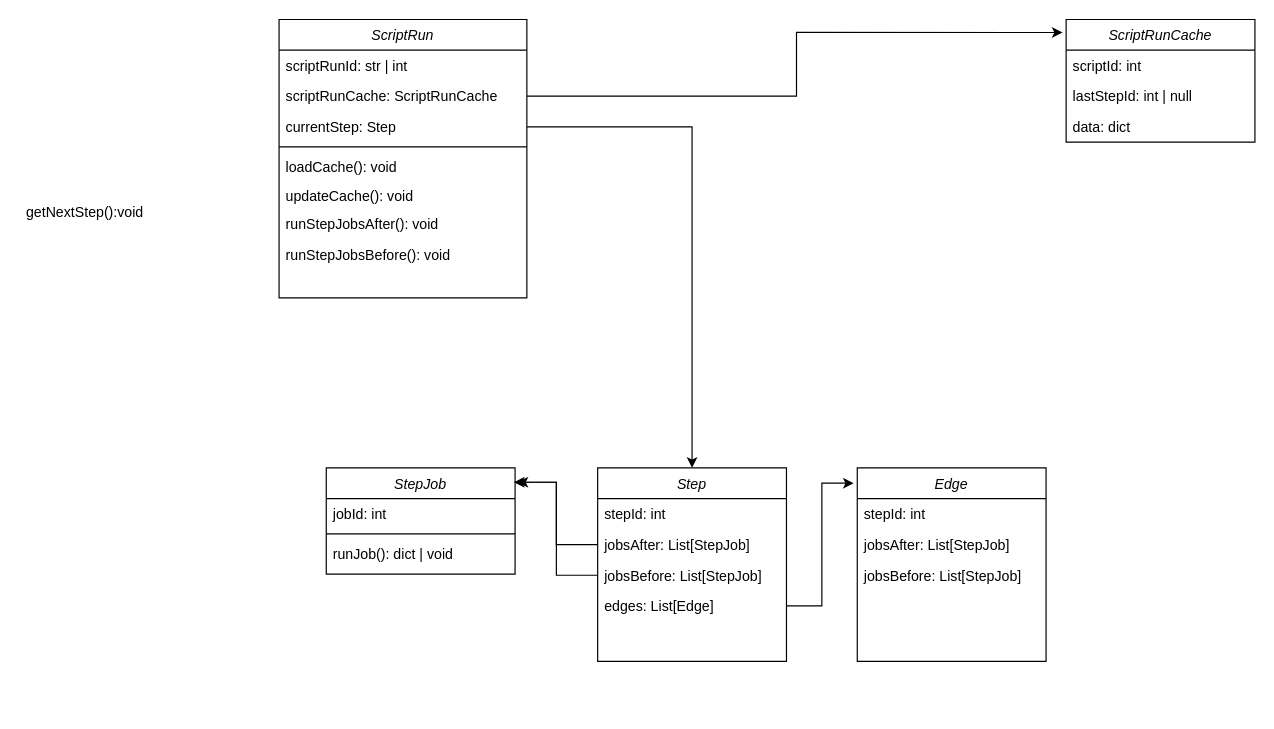
This is scripting_uml.drawio from pashorg/stuff, a draw.io file, before an edit. Source tidied: cells renumbered, new cells numbered last; positions are measured from the earlier drawing's top-left corner, leaving out a move shared by most shapes. Both pictures are drawn from the tidied source at 118%, with x=0, y=0 at pixel (19, 19).
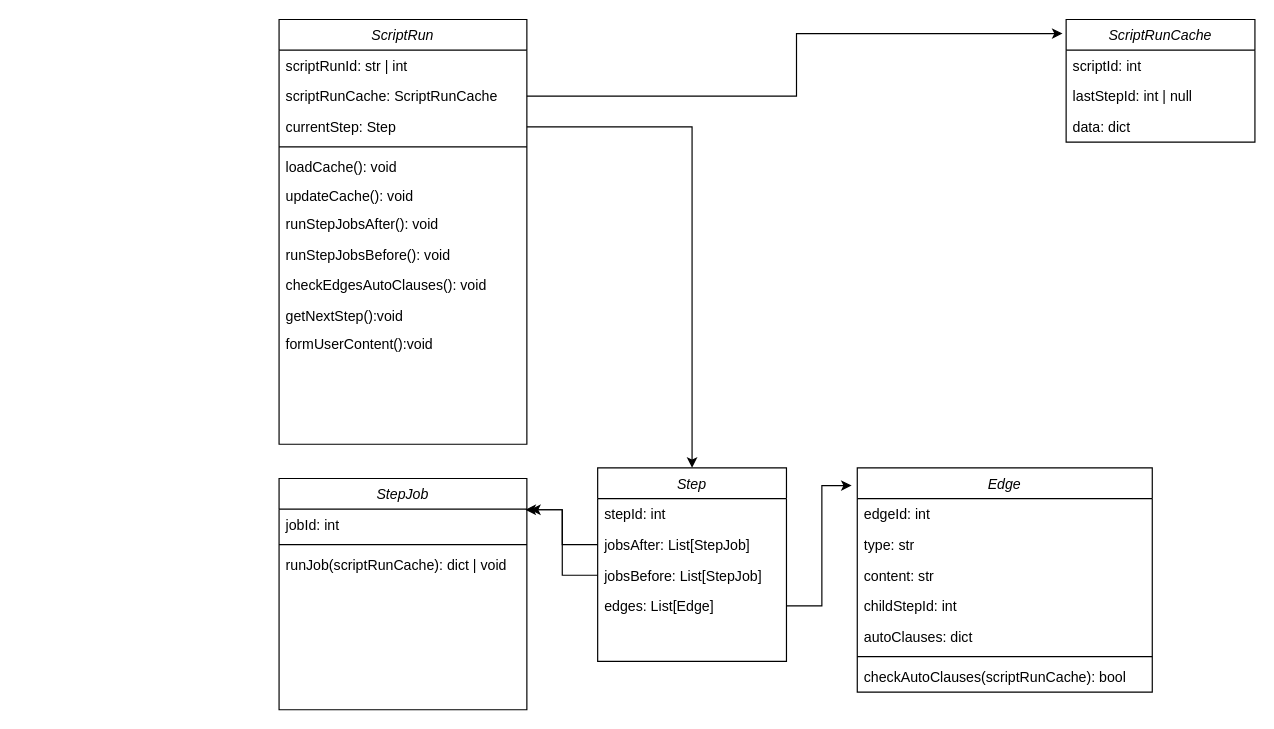
Above is the later version.

The change refers to these unchanged cells:
```xml
<mxCell id="4" value="scriptRunCache: ScriptRunCache" style="text;align=left;verticalAlign=top;spacingLeft=4;spacingRight=4;overflow=hidden;points=[[0,0.5],[1,0.5]];portConstraint=eastwest;rounded=0;shadow=0;html=0;" parent="2" vertex="1">
  <mxGeometry y="52" width="210" height="26" as="geometry" />
</mxCell>
<mxCell id="11" value="ScriptRunCache" style="swimlane;fontStyle=2;align=center;verticalAlign=top;horizontal=1;startSize=26;rounded=0;shadow=0;strokeWidth=1;" parent="1" vertex="1">
  <mxGeometry x="887" width="160" height="104" as="geometry" />
</mxCell>
```

What changed in the source:
```diff
@@
     <mxCell id="2" value="ScriptRun" style="swimlane;fontStyle=2;align=center;verticalAlign=top;horizontal=1;startSize=26;rounded=0;shadow=0;strokeWidth=1;" parent="1" vertex="1">
-      <mxGeometry x="220" width="210" height="236" as="geometry" />
+      <mxGeometry x="220" width="210" height="360" as="geometry" />
     </mxCell>
@@
+    <mxCell id="34" value="checkEdgesAutoClauses(): void" style="text;align=left;verticalAlign=top;spacingLeft=4;spacingRight=4;overflow=hidden;rounded=0;shadow=0;html=0;" parent="2" vertex="1">
+      <mxGeometry y="212" width="210" height="26" as="geometry" />
+    </mxCell>
+    <mxCell id="33" value="getNextStep():void" style="text;align=left;verticalAlign=top;spacingLeft=4;spacingRight=4;overflow=hidden;" parent="2" vertex="1">
+      <mxGeometry y="238" width="210" height="24" as="geometry" />
+    </mxCell>
+    <mxCell id="35" value="formUserContent():void" style="text;align=left;verticalAlign=top;spacingLeft=4;spacingRight=4;overflow=hidden;" parent="2" vertex="1">
+      <mxGeometry y="262" width="210" height="24" as="geometry" />
+    </mxCell>
@@
-    <mxCell id="15" style="edgeStyle=orthogonalEdgeStyle;rounded=0;jettySize=auto;html=1;exitX=1;exitY=0.5;exitDx=0;exitDy=0;entryX=-0.019;entryY=0.106;entryDx=0;entryDy=0;entryPerimeter=0;" parent="1" edge="1" source="4" target="11">
+    <mxCell id="15" style="edgeStyle=orthogonalEdgeStyle;rounded=0;jettySize=auto;html=1;exitX=1;exitY=0.5;exitDx=0;exitDy=0;entryX=-0.019;entryY=0.115;entryDx=0;entryDy=0;entryPerimeter=0;" parent="1" edge="1" source="4" target="11">
       <mxGeometry relative="1" as="geometry" />
     </mxCell>
@@
     <mxCell id="22" value="StepJob" style="swimlane;fontStyle=2;align=center;verticalAlign=top;horizontal=1;startSize=26;rounded=0;shadow=0;strokeWidth=1;" parent="1" vertex="1">
-      <mxGeometry x="260" y="380" width="160" height="90" as="geometry" />
+      <mxGeometry x="220" y="389" width="210" height="196" as="geometry" />
     </mxCell>
     <mxCell id="23" value="jobId: int" style="text;align=left;verticalAlign=top;spacingLeft=4;spacingRight=4;overflow=hidden;rounded=0;shadow=0;html=0;" parent="22" vertex="1">
-      <mxGeometry y="26" width="160" height="26" as="geometry" />
+      <mxGeometry y="26" width="210" height="26" as="geometry" />
     </mxCell>
     <mxCell id="24" style="line;html=1;strokeWidth=1;align=left;verticalAlign=middle;spacingTop=-1;spacingLeft=3;spacingRight=3;labelPosition=right;" parent="22" vertex="1">
-      <mxGeometry y="52" width="160" height="8" as="geometry" />
+      <mxGeometry y="52" width="210" height="8" as="geometry" />
     </mxCell>
-    <mxCell id="25" value="runJob(): dict | void" style="text;align=left;verticalAlign=top;spacingLeft=4;spacingRight=4;overflow=hidden;rounded=0;shadow=0;html=0;" parent="22" vertex="1">
-      <mxGeometry y="60" width="160" height="26" as="geometry" />
+    <mxCell id="25" value="runJob(scriptRunCache): dict | void" style="text;align=left;verticalAlign=top;spacingLeft=4;spacingRight=4;overflow=hidden;rounded=0;shadow=0;html=0;" parent="22" vertex="1">
+      <mxGeometry y="60" width="210" height="110" as="geometry" />
     </mxCell>
@@
     <mxCell id="28" value="Edge" style="swimlane;fontStyle=2;align=center;verticalAlign=top;horizontal=1;startSize=26;rounded=0;shadow=0;strokeWidth=1;" parent="1" vertex="1">
-      <mxGeometry x="710" y="380" width="160" height="164" as="geometry" />
+      <mxGeometry x="710" y="380" width="250" height="190" as="geometry" />
     </mxCell>
-    <mxCell id="29" value="stepId: int" style="text;align=left;verticalAlign=top;spacingLeft=4;spacingRight=4;overflow=hidden;rounded=0;shadow=0;html=0;" parent="28" vertex="1">
-      <mxGeometry y="26" width="160" height="26" as="geometry" />
+    <mxCell id="29" value="edgeId: int" style="text;align=left;verticalAlign=top;spacingLeft=4;spacingRight=4;overflow=hidden;rounded=0;shadow=0;html=0;" parent="28" vertex="1">
+      <mxGeometry y="26" width="250" height="26" as="geometry" />
     </mxCell>
-    <mxCell id="30" value="jobsAfter: List[StepJob]" style="text;align=left;verticalAlign=top;spacingLeft=4;spacingRight=4;overflow=hidden;rounded=0;shadow=0;html=0;" parent="28" vertex="1">
-      <mxGeometry y="52" width="160" height="26" as="geometry" />
-    </mxCell>
-    <mxCell id="31" value="jobsBefore: List[StepJob]" style="text;align=left;verticalAlign=top;spacingLeft=4;spacingRight=4;overflow=hidden;rounded=0;shadow=0;html=0;" parent="28" vertex="1">
-      <mxGeometry y="78" width="160" height="26" as="geometry" />
-    </mxCell>
+    <mxCell id="36" value="type: str" style="text;align=left;verticalAlign=top;spacingLeft=4;spacingRight=4;overflow=hidden;rounded=0;shadow=0;html=0;" parent="28" vertex="1">
+      <mxGeometry y="52" width="250" height="26" as="geometry" />
+    </mxCell>
+    <mxCell id="37" value="content: str" style="text;align=left;verticalAlign=top;spacingLeft=4;spacingRight=4;overflow=hidden;rounded=0;shadow=0;html=0;" parent="28" vertex="1">
+      <mxGeometry y="78" width="250" height="26" as="geometry" />
+    </mxCell>
+    <mxCell id="38" value="childStepId: int" style="text;align=left;verticalAlign=top;spacingLeft=4;spacingRight=4;overflow=hidden;rounded=0;shadow=0;html=0;" parent="28" vertex="1">
+      <mxGeometry y="104" width="250" height="26" as="geometry" />
+    </mxCell>
+    <mxCell id="39" value="autoClauses: dict" style="text;align=left;verticalAlign=top;spacingLeft=4;spacingRight=4;overflow=hidden;rounded=0;shadow=0;html=0;" parent="28" vertex="1">
+      <mxGeometry y="130" width="250" height="26" as="geometry" />
+    </mxCell>
+    <mxCell id="40" style="line;html=1;strokeWidth=1;align=left;verticalAlign=middle;spacingTop=-1;spacingLeft=3;spacingRight=3;labelPosition=right;" parent="28" vertex="1">
+      <mxGeometry y="156" width="250" height="8" as="geometry" />
+    </mxCell>
+    <mxCell id="41" value="checkAutoClauses(scriptRunCache): bool" style="text;align=left;verticalAlign=top;spacingLeft=4;spacingRight=4;overflow=hidden;rounded=0;shadow=0;html=0;" parent="28" vertex="1">
+      <mxGeometry y="164" width="250" height="26" as="geometry" />
+    </mxCell>
@@
-    <mxCell id="33" value="getNextStep():void" style="text;align=left;verticalAlign=top;spacingLeft=4;spacingRight=4;overflow=hidden;" parent="1" vertex="1">
-      <mxGeometry y="150" width="210" height="24" as="geometry" />
-    </mxCell>
```
